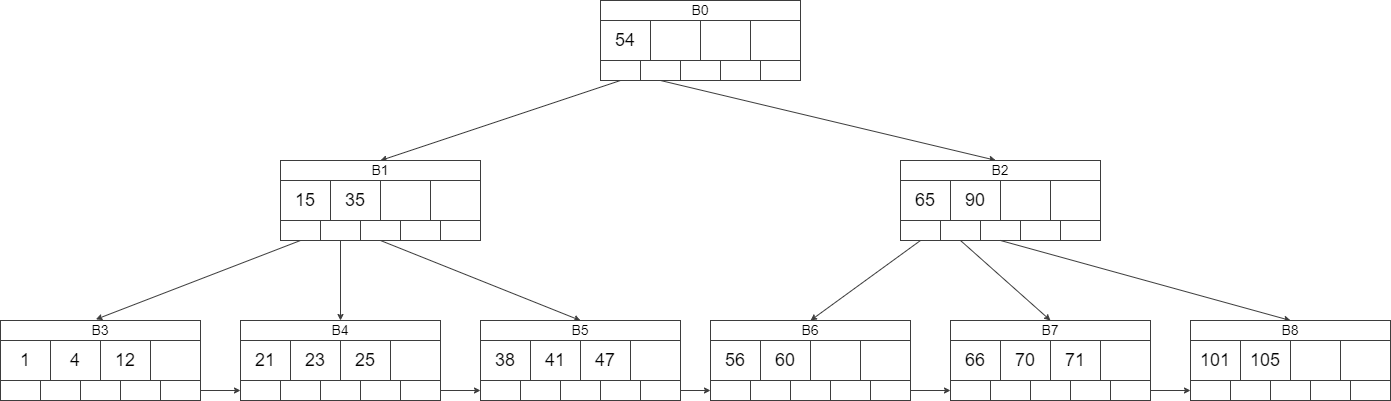
Before: Copy of HW3.drawio.png, a diagram exported from draw.io (ZhuoruLi/gitdraw). Source tidied: cells renumbered, new cells last; positions are measured from the earlier drawing's top-left corner, leaving out a move shared by most shapes.
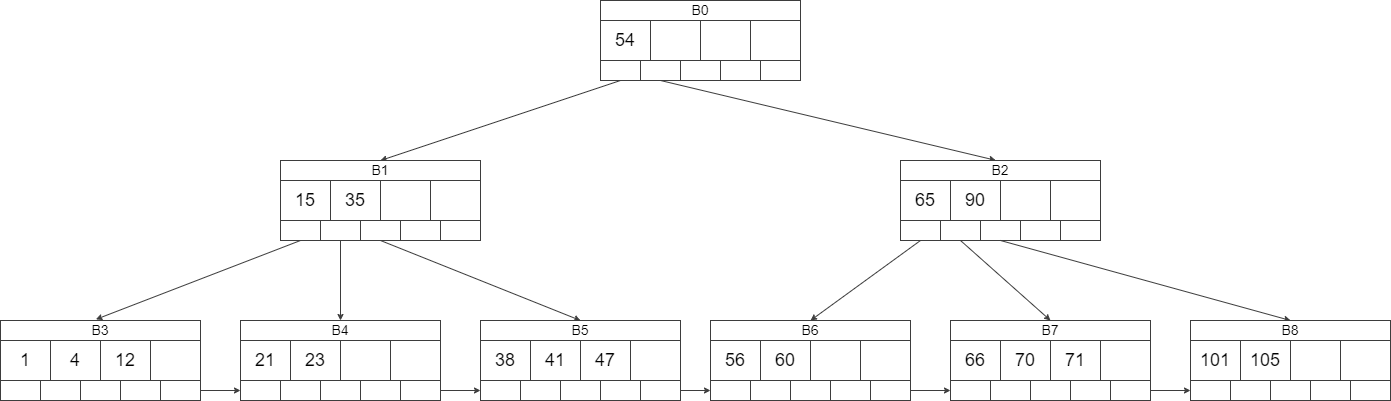
The same file after the commit.

Diff of the diagram source:
```diff
@@ -155,9 +155,6 @@
     <mxCell id="52" value="23" style="rounded=0;whiteSpace=wrap;html=1;hachureGap=4;strokeColor=#3D3D3D;fontSize=18;" parent="1" vertex="1">
       <mxGeometry x="290" y="340" width="50" height="40" as="geometry" />
     </mxCell>
-    <mxCell id="53" value="25" style="rounded=0;whiteSpace=wrap;html=1;hachureGap=4;strokeColor=#3D3D3D;fontSize=18;" parent="1" vertex="1">
-      <mxGeometry x="340" y="340" width="50" height="40" as="geometry" />
-    </mxCell>
     <mxCell id="54" style="rounded=0;whiteSpace=wrap;html=1;hachureGap=4;strokeColor=#3D3D3D;fontSize=18;" parent="1" vertex="1">
       <mxGeometry x="390" y="340" width="50" height="40" as="geometry" />
     </mxCell>
```
